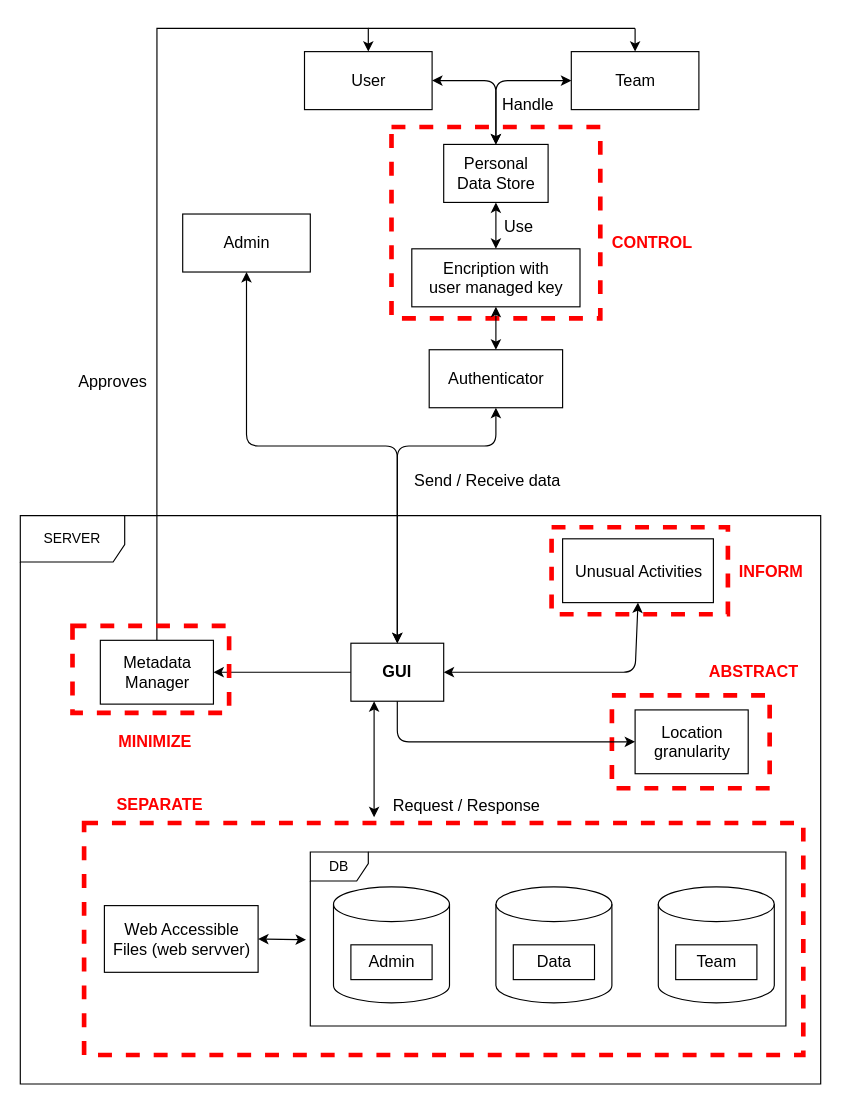
Earlier version of the draw.io diagram page "Process Oriented" (2 of 2) of Design diagrams.drawio (pegasusgio/Civic-Sense). Source tidied: cells renumbered, new cells numbered last; positions are measured from the earlier drawing's top-left corner, leaving out a move shared by most shapes. Both pictures are drawn from the tidied source at 116%, with x=0, y=0 at pixel (20, 28).
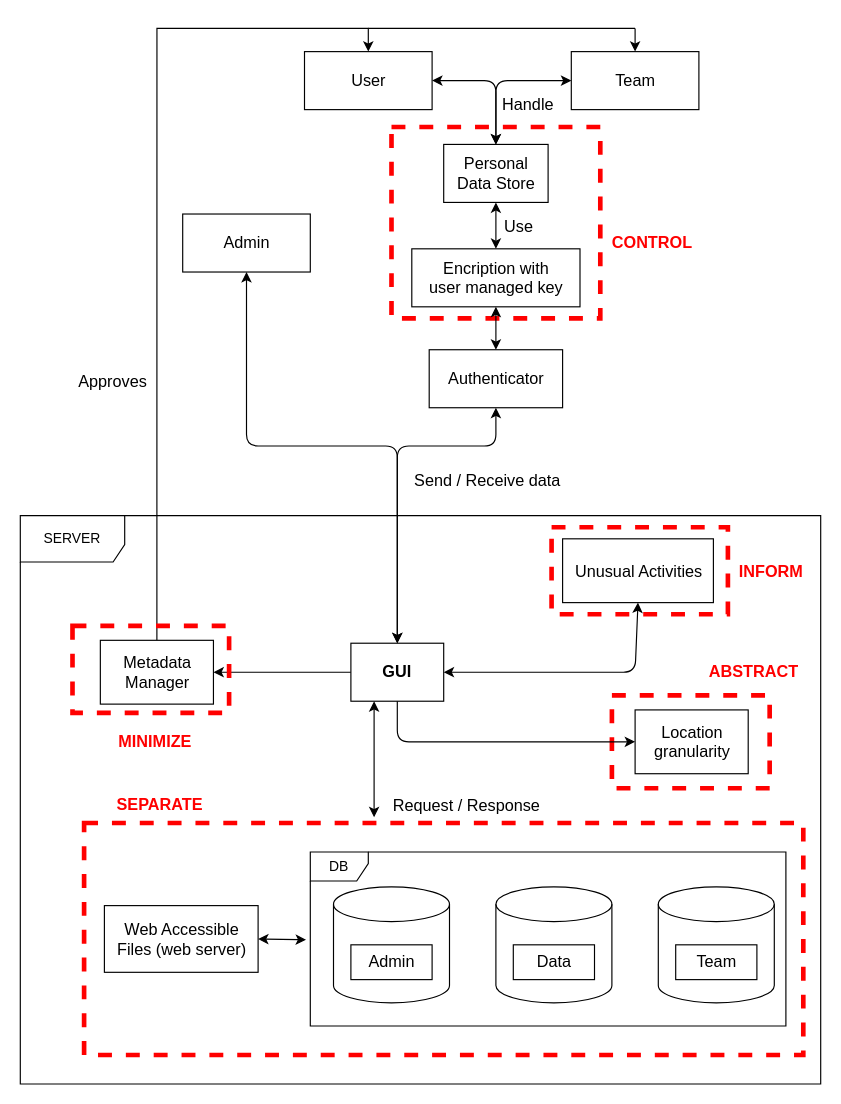
The same page after the edit.

The edit, as a diff of the source:
```diff
@@
-    <mxCell id="35" value="&lt;span style=&quot;font-size: 14px&quot;&gt;Web Accessible&lt;br&gt;Files (web servver)&lt;br&gt;&lt;/span&gt;" style="html=1;" parent="1" vertex="1">
+    <mxCell id="35" value="&lt;span style=&quot;font-size: 14px&quot;&gt;Web Accessible&lt;br&gt;Files (web server)&lt;br&gt;&lt;/span&gt;" style="html=1;" parent="1" vertex="1">
       <mxGeometry x="72.5" y="756.2" width="132.5" height="57.5" as="geometry" />
     </mxCell>
```
